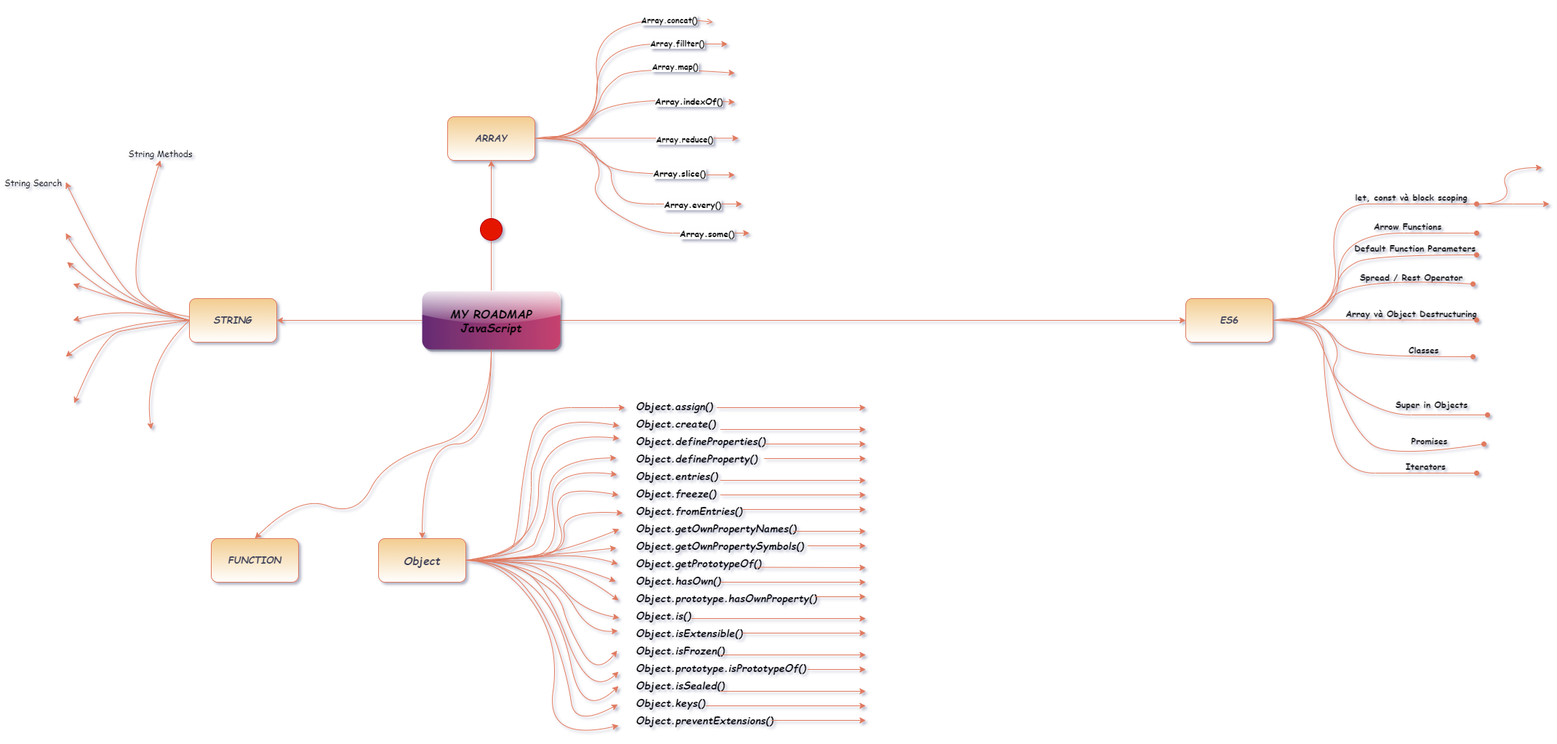
This is Untitled Diagram.png from DungVietLe/abc, a draw.io export, as it was before one commit. Source tidied: cells renumbered, new cells last; positions are measured from the earlier drawing's top-left corner, leaving out a move shared by most shapes.
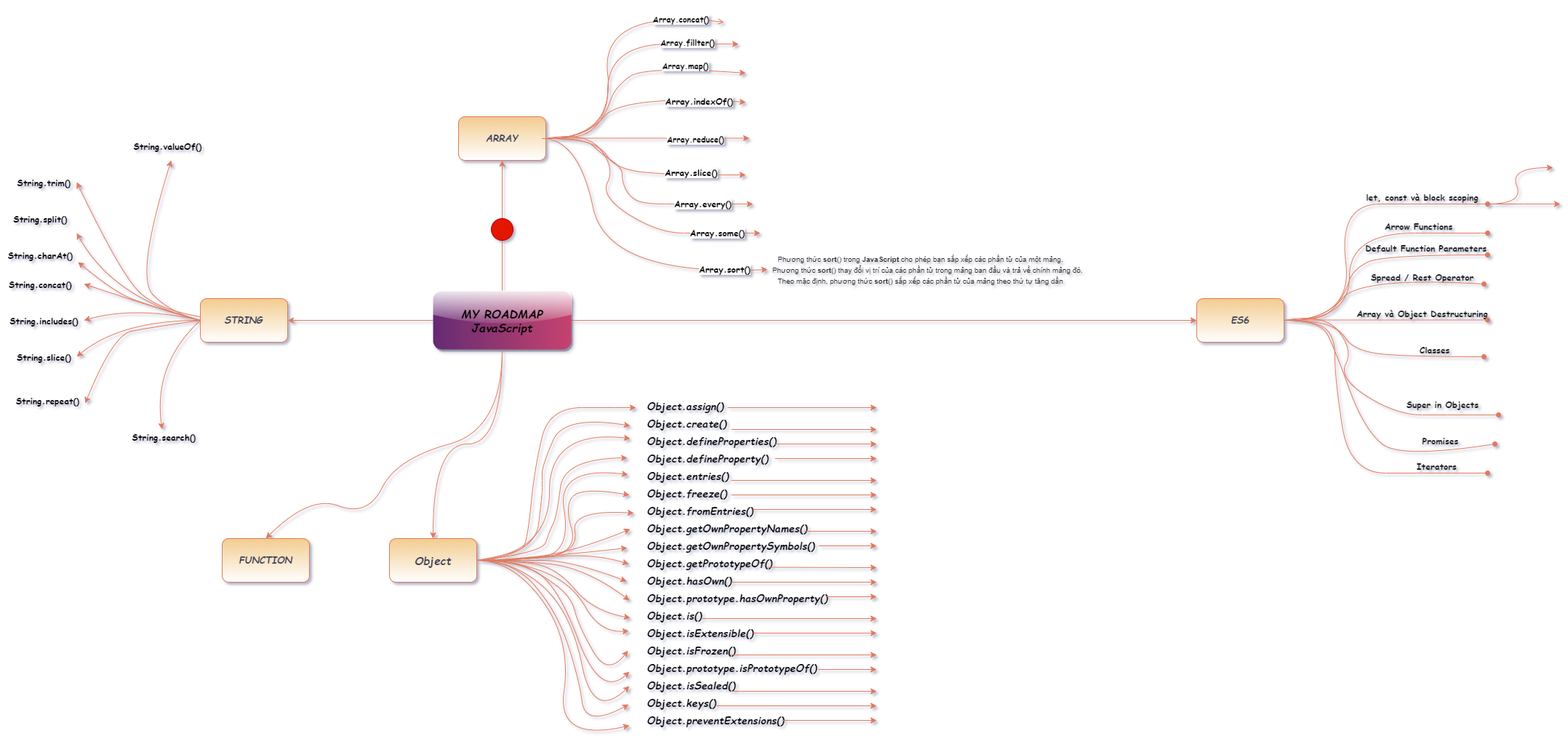
The same file after the commit.

Commit message:
Cập nhật Untitled Diagram.png

Diff of the diagram source:
```diff
@@ -461,10 +461,36 @@
     <mxCell id="66" value="&lt;i&gt;&lt;b&gt;&lt;font face=&quot;Comic Sans MS&quot; style=&quot;font-size: 13px&quot;&gt;STRING&lt;/font&gt;&lt;/b&gt;&lt;/i&gt;" style="whiteSpace=wrap;html=1;fontColor=#393C56;gradientDirection=south;fillColor=#F2CC8F;rounded=1;strokeColor=#E07A5F;gradientColor=#ffffff;" parent="1" vertex="1">
       <mxGeometry x="260" y="410" width="120" height="60" as="geometry" />
     </mxCell>
+    <mxCell id="101" value="String.charAt()" style="text;html=1;align=center;verticalAlign=middle;points=[];strokeColor=none;fontColor=#000000;fontStyle=1;fontFamily=Comic Sans MS;" parent="1" vertex="1">
+      <mxGeometry x="-15" y="340" width="110" height="20" as="geometry" />
+    </mxCell>
+    <mxCell id="102" value="String.concat()" style="text;html=1;align=center;verticalAlign=middle;strokeColor=none;fontColor=#000000;fontStyle=1;fontFamily=Comic Sans MS;" parent="1" vertex="1">
+      <mxGeometry x="-10" y="380" width="100" height="20" as="geometry" />
+    </mxCell>
+    <mxCell id="103" value="String.includes()" style="text;html=1;align=center;verticalAlign=middle;strokeColor=none;fontColor=#000000;fontStyle=1;fontFamily=Comic Sans MS;" parent="1" vertex="1">
+      <mxGeometry x="-10" y="430" width="110" height="20" as="geometry" />
+    </mxCell>
+    <mxCell id="104" value="String.slice()" style="text;html=1;align=center;verticalAlign=middle;strokeColor=none;fontColor=#000000;fontStyle=1;fontFamily=Comic Sans MS;" parent="1" vertex="1">
+      <mxGeometry y="480" width="90" height="20" as="geometry" />
+    </mxCell>
+    <mxCell id="105" value="String.repeat()" style="text;html=1;align=center;verticalAlign=middle;points=[];strokeColor=none;fontColor=#000000;fontStyle=1;fontFamily=Comic Sans MS;" parent="1" vertex="1">
+      <mxGeometry y="540" width="100" height="20" as="geometry" />
+    </mxCell>
+    <mxCell id="106" value="String.search()" style="text;html=1;align=center;verticalAlign=middle;points=[];strokeColor=none;fontColor=#000000;fontStyle=1;fontFamily=Comic Sans MS;" parent="1" vertex="1">
+      <mxGeometry x="160" y="590" width="100" height="20" as="geometry" />
+    </mxCell>
+    <mxCell id="107" value="String.split()" style="text;html=1;align=center;verticalAlign=middle;strokeColor=none;fontColor=#000000;fontStyle=1;fontFamily=Comic Sans MS;" parent="1" vertex="1">
+      <mxGeometry x="-5" y="290" width="90" height="20" as="geometry" />
+    </mxCell>
+    <mxCell id="108" value="String.trim()" style="text;html=1;align=center;verticalAlign=middle;strokeColor=none;fontColor=#000000;fontStyle=1;fontFamily=Comic Sans MS;" parent="1" vertex="1">
+      <mxGeometry y="240" width="90" height="20" as="geometry" />
+    </mxCell>
+    <mxCell id="109" value="String.valueOf()" style="text;html=1;align=center;verticalAlign=middle;points=[];strokeColor=none;fontColor=#000000;fontStyle=1;fontFamily=Comic Sans MS;" parent="1" vertex="1">
+      <mxGeometry x="160" y="190" width="110" height="20" as="geometry" />
+    </mxCell>
-    <mxCell id="67" style="curved=1;endArrow=classic;html=1;fontFamily=Comic Sans MS;fontColor=#000000;strokeColor=#E07A5F;entryX=0.545;entryY=1.5;entryDx=0;entryDy=0;entryPerimeter=0;" parent="1" edge="1">
+    <mxCell id="67" style="curved=1;endArrow=classic;html=1;fontFamily=Comic Sans MS;fontColor=#000000;strokeColor=#E07A5F;entryX=0.545;entryY=1.5;entryDx=0;entryDy=0;entryPerimeter=0;" parent="1" edge="1" target="109">
       <mxGeometry relative="1" as="geometry">
         <mxPoint x="260" y="440" as="sourcePoint" />
-        <mxPoint x="220" y="220" as="targetPoint" />
         <Array as="points">
           <mxPoint x="220" y="430" />
           <mxPoint x="170" y="380" />
@@ -490,10 +516,9 @@
         </Array>
       </mxGeometry>
     </mxCell>
-    <mxCell id="70" style="curved=1;endArrow=classic;html=1;fontFamily=Comic Sans MS;fontColor=#000000;strokeColor=#E07A5F;entryX=0.97;entryY=0.986;entryDx=0;entryDy=0;entryPerimeter=0;" parent="1" edge="1">
+    <mxCell id="70" style="curved=1;endArrow=classic;html=1;fontFamily=Comic Sans MS;fontColor=#000000;strokeColor=#E07A5F;entryX=0.97;entryY=0.986;entryDx=0;entryDy=0;entryPerimeter=0;" parent="1" edge="1" target="101">
       <mxGeometry relative="1" as="geometry">
         <mxPoint x="260" y="440" as="sourcePoint" />
-        <mxPoint x="91.7" y="359.7" as="targetPoint" />
         <Array as="points">
           <mxPoint x="190" y="420" />
           <mxPoint x="140" y="400" />
@@ -527,19 +552,17 @@
         </Array>
       </mxGeometry>
     </mxCell>
-    <mxCell id="74" style="curved=1;endArrow=classic;html=1;fontFamily=Comic Sans MS;fontColor=#000000;strokeColor=#E07A5F;entryX=1.017;entryY=0.7;entryDx=0;entryDy=0;entryPerimeter=0;" parent="1" edge="1">
+    <mxCell id="74" style="curved=1;endArrow=classic;html=1;fontFamily=Comic Sans MS;fontColor=#000000;strokeColor=#E07A5F;entryX=1.017;entryY=0.7;entryDx=0;entryDy=0;entryPerimeter=0;" parent="1" edge="1" target="105">
       <mxGeometry relative="1" as="geometry">
         <mxPoint x="260" y="440" as="sourcePoint" />
-        <mxPoint x="101.7" y="554" as="targetPoint" />
         <Array as="points">
           <mxPoint x="190" y="450" />
           <mxPoint x="140" y="460" />
         </Array>
       </mxGeometry>
     </mxCell>
-    <mxCell id="75" style="curved=1;endArrow=classic;html=1;fontFamily=Comic Sans MS;fontColor=#000000;strokeColor=#E07A5F;exitX=0;exitY=0.5;exitDx=0;exitDy=0;entryX=0.474;entryY=-0.014;entryDx=0;entryDy=0;entryPerimeter=0;" parent="1" edge="1" source="66">
+    <mxCell id="75" style="curved=1;endArrow=classic;html=1;fontFamily=Comic Sans MS;fontColor=#000000;strokeColor=#E07A5F;exitX=0;exitY=0.5;exitDx=0;exitDy=0;entryX=0.474;entryY=-0.014;entryDx=0;entryDy=0;entryPerimeter=0;" parent="1" edge="1" source="66" target="106">
       <mxGeometry relative="1" as="geometry">
-        <mxPoint x="207.4" y="589.7" as="targetPoint" />
         <Array as="points">
           <mxPoint x="195" y="500" />
         </Array>
@@ -708,11 +731,21 @@
         </Array>
       </mxGeometry>
     </mxCell>
-    <mxCell id="99" value="String Methods" style="text;html=1;align=center;verticalAlign=middle;strokeColor=none;fontSize=12;fontFamily=Comic Sans MS;fontColor=#000000;" parent="1" vertex="1">
-      <mxGeometry x="170" y="200" width="100" height="20" as="geometry" />
-    </mxCell>
-    <mxCell id="100" value="String Search" style="text;html=1;align=center;verticalAlign=middle;strokeColor=none;fontSize=12;fontFamily=Comic Sans MS;fontColor=#000000;" parent="1" vertex="1">
-      <mxGeometry y="240" width="90" height="20" as="geometry" />
-    </mxCell>
+    <mxCell id="110" style="curved=1;endArrow=classic;html=1;fontFamily=Comic Sans MS;fontSize=12;fontColor=#000000;strokeColor=#E07A5F;" parent="1" edge="1">
+      <mxGeometry relative="1" as="geometry">
+        <mxPoint x="730" y="190" as="sourcePoint" />
+        <mxPoint x="1040" y="370" as="targetPoint" />
+        <Array as="points">
+          <mxPoint x="780" y="190" />
+          <mxPoint x="820" y="380" />
+        </Array>
+      </mxGeometry>
+    </mxCell>
+    <mxCell id="111" value="&lt;b&gt;&lt;font style=&quot;font-size: 12px&quot; face=&quot;Comic Sans MS&quot;&gt;Array.sort()&lt;/font&gt;&lt;/b&gt;" style="edgeLabel;html=1;align=center;verticalAlign=middle;fontColor=#000000;" parent="1" vertex="1">
+      <mxGeometry x="981" y="370" as="geometry" />
+    </mxCell>
+    <mxCell id="112" value="&lt;font style=&quot;font-size: 10px&quot;&gt;&lt;span style=&quot;color: rgb(32 , 33 , 36) ; font-family: &amp;#34;arial&amp;#34; , sans-serif ; text-align: left&quot;&gt;Phương thức&amp;nbsp;&lt;/span&gt;&lt;b style=&quot;color: rgb(32 , 33 , 36) ; font-family: &amp;#34;arial&amp;#34; , sans-serif ; text-align: left&quot;&gt;sort&lt;/b&gt;&lt;span style=&quot;color: rgb(32 , 33 , 36) ; font-family: &amp;#34;arial&amp;#34; , sans-serif ; text-align: left&quot;&gt;() trong&amp;nbsp;&lt;/span&gt;&lt;b style=&quot;color: rgb(32 , 33 , 36) ; font-family: &amp;#34;arial&amp;#34; , sans-serif ; text-align: left&quot;&gt;JavaScript&lt;/b&gt;&lt;span style=&quot;color: rgb(32 , 33 , 36) ; font-family: &amp;#34;arial&amp;#34; , sans-serif ; text-align: left&quot;&gt;&amp;nbsp;cho phép bạn sắp xếp các phần tử của một mảng.&lt;br&gt;&amp;nbsp; &amp;nbsp; &amp;nbsp; &amp;nbsp; Phương thức&amp;nbsp;&lt;/span&gt;&lt;b style=&quot;color: rgb(32 , 33 , 36) ; font-family: &amp;#34;arial&amp;#34; , sans-serif ; text-align: left&quot;&gt;sort&lt;/b&gt;&lt;span style=&quot;color: rgb(32 , 33 , 36) ; font-family: &amp;#34;arial&amp;#34; , sans-serif ; text-align: left&quot;&gt;() thay đổi vị trí của các phần tử trong mảng ban đầu và trả về chính mảng đó. &lt;br&gt;Theo mặc định, phương thức&amp;nbsp;&lt;/span&gt;&lt;b style=&quot;color: rgb(32 , 33 , 36) ; font-family: &amp;#34;arial&amp;#34; , sans-serif ; text-align: left&quot;&gt;sort&lt;/b&gt;&lt;span style=&quot;color: rgb(32 , 33 , 36) ; font-family: &amp;#34;arial&amp;#34; , sans-serif ; text-align: left&quot;&gt;() sắp xếp các phần tử của mảng theo thứ tự tăng dần&lt;/span&gt;&lt;/font&gt;" style="text;html=1;align=center;verticalAlign=middle;strokeColor=none;fontSize=12;fontFamily=Comic Sans MS;fontColor=#000000;horizontal=1;textDirection=ltr;" parent="1" vertex="1">
+      <mxGeometry x="1020" y="345" width="460" height="50" as="geometry" />
+    </mxCell>
   </root>
 </mxGraphModel>
```
